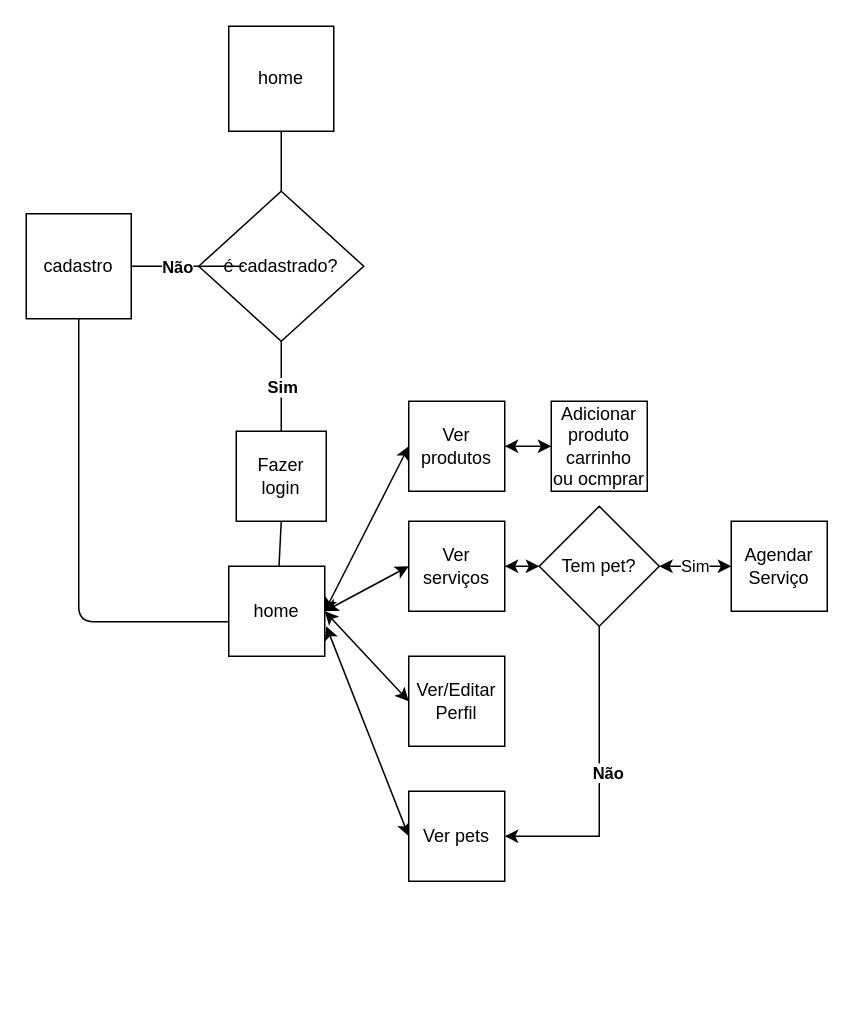
Math-O5/petshop-1 keeps this draw.io diagram as Untitled Diagram.drawio. Above is the earlier version. Source tidied: cells renumbered, new cells numbered last; positions are measured from the earlier drawing's top-left corner, leaving out a move shared by most shapes. Both pictures are drawn from the tidied source at 150%, with x=0, y=0 at pixel (26, 26).
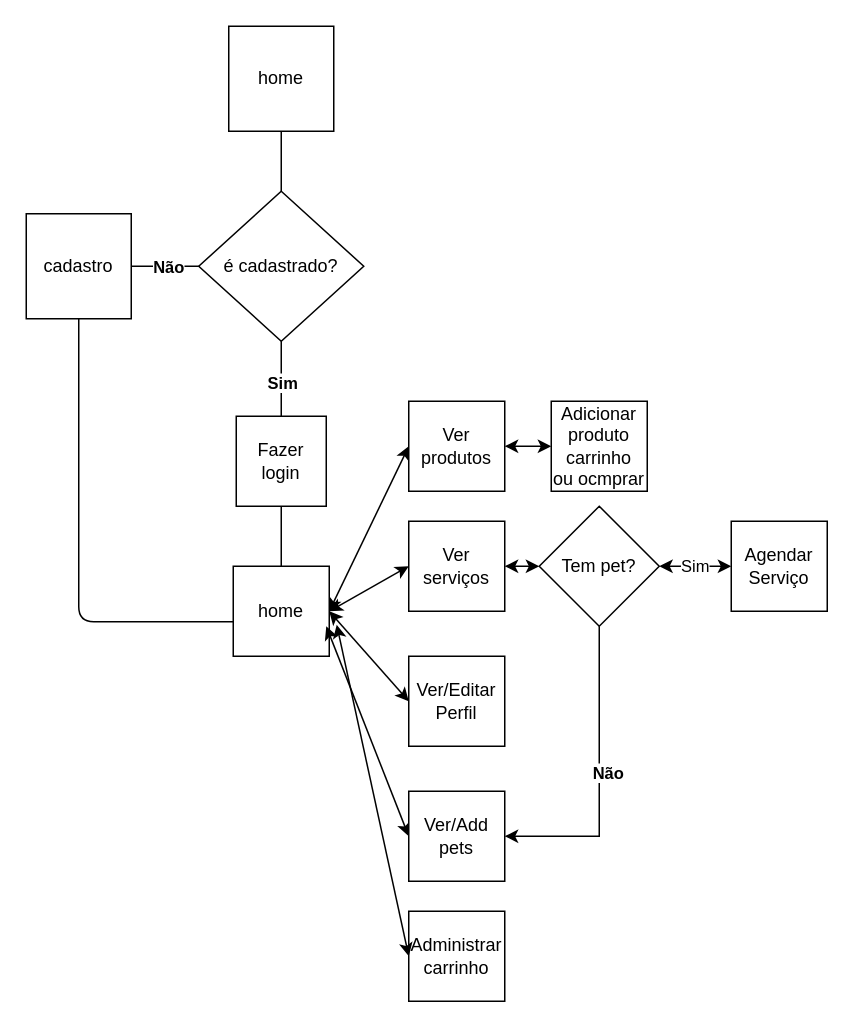
The same diagram, later.

The change refers to these unchanged cells:
```xml
<mxCell id="3" value="é cadastrado?" style="rhombus;whiteSpace=wrap;html=1;" parent="1" vertex="1">
  <mxGeometry x="115" y="110" width="110" height="100" as="geometry" />
</mxCell>
```

Diff of the diagram source:
```diff
@@
     <mxCell id="5" value="Fazer login" style="whiteSpace=wrap;html=1;" parent="1" vertex="1">
-      <mxGeometry x="140" y="270" width="60" height="60" as="geometry" />
+      <mxGeometry x="140" y="260" width="60" height="60" as="geometry" />
     </mxCell>
@@
-    <mxCell id="8" style="endArrow=none;html=1;entryX=0;entryY=0.5;entryDx=0;entryDy=0;" parent="1" edge="1">
+    <mxCell id="8" style="endArrow=none;html=1;entryX=0;entryY=0.5;entryDx=0;entryDy=0;" parent="1" edge="1" target="3">
       <mxGeometry relative="1" as="geometry">
         <mxPoint x="60" y="160" as="sourcePoint" />
-        <mxPoint x="145" y="160" as="targetPoint" />
       </mxGeometry>
     </mxCell>
@@
     <mxCell id="13" value="home" style="whiteSpace=wrap;html=1;" parent="1" vertex="1">
-      <mxGeometry x="135" y="360" width="64" height="60" as="geometry" />
+      <mxGeometry x="138" y="360" width="64" height="60" as="geometry" />
     </mxCell>
@@
-    <mxCell id="29" value="Ver pets" style="whiteSpace=wrap;html=1;" parent="1" vertex="1">
+    <mxCell id="29" value="Ver/Add&lt;br&gt;pets" style="whiteSpace=wrap;html=1;" parent="1" vertex="1">
       <mxGeometry x="255" y="510" width="64" height="60" as="geometry" />
     </mxCell>
+    <mxCell id="30" value="Administrar&lt;br&gt;carrinho" style="whiteSpace=wrap;html=1;" parent="1" vertex="1">
+      <mxGeometry x="255" y="590" width="64" height="60" as="geometry" />
+    </mxCell>
+    <mxCell id="31" style="endArrow=classic;startArrow=classic;html=1;entryX=0;entryY=0.5;entryDx=0;entryDy=0;exitX=1.078;exitY=0.65;exitDx=0;exitDy=0;exitPerimeter=0;" parent="1" edge="1" source="13" target="30">
+      <mxGeometry relative="1" as="geometry" />
+    </mxCell>
```
